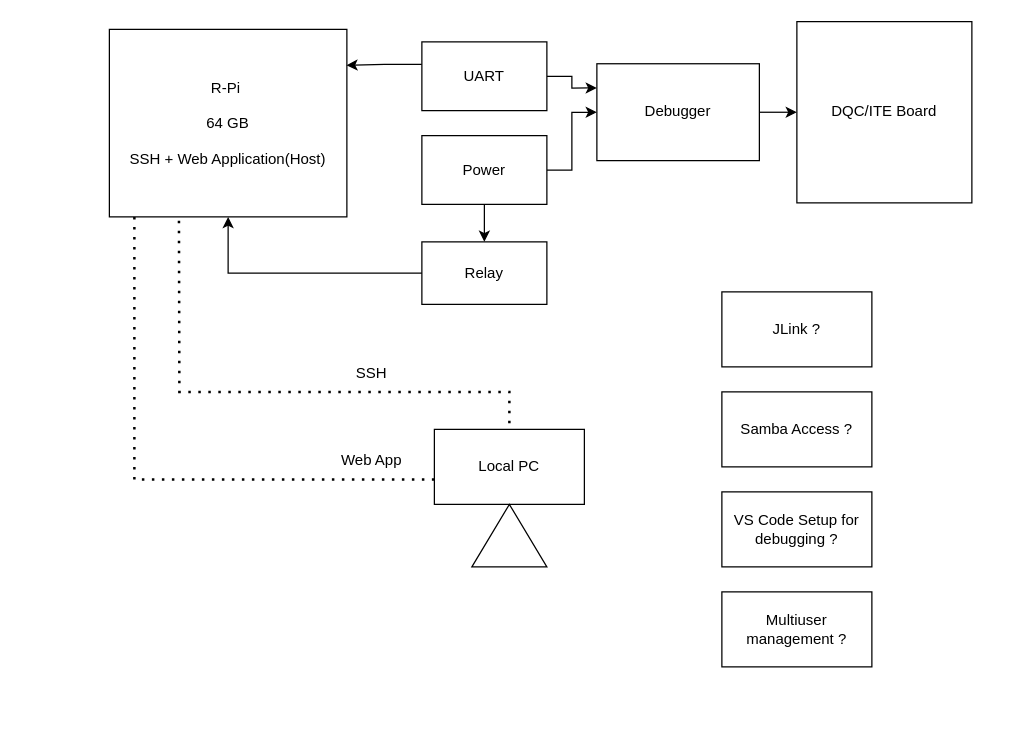
Earlier version of the draw.io diagram remote_setup.drawio (nishitp007/temp). Source tidied: cells renumbered, new cells numbered last; positions are measured from the earlier drawing's top-left corner, leaving out a move shared by most shapes. Both pictures are drawn from the tidied source at 125%, with x=0, y=0 at pixel (109, 21).
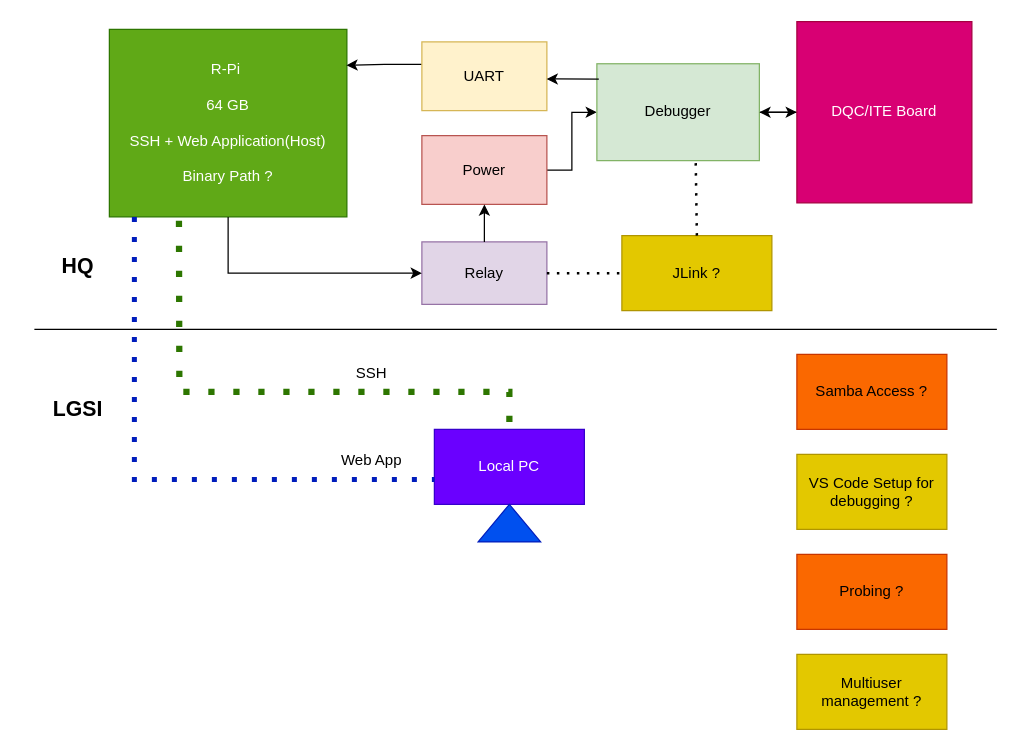
The same diagram, later.

Change to the diagram source:
```diff
@@
-    <mxCell id="2" value="Local PC" style="rounded=0;whiteSpace=wrap;html=1;" parent="1" vertex="1">
+    <mxCell id="2" value="Local PC" style="rounded=0;whiteSpace=wrap;html=1;fillColor=#6a00ff;strokeColor=#3700CC;fontColor=#ffffff;" parent="1" vertex="1">
       <mxGeometry x="260" y="326" width="120" height="60" as="geometry" />
     </mxCell>
-    <mxCell id="3" style="triangle;whiteSpace=wrap;html=1;direction=north;" parent="1" vertex="1">
-      <mxGeometry x="290" y="386" width="60" height="50" as="geometry" />
+    <mxCell id="3" style="triangle;whiteSpace=wrap;html=1;direction=north;fillColor=#0050ef;strokeColor=#001DBC;fontColor=#ffffff;" parent="1" vertex="1">
+      <mxGeometry x="295" y="386" width="50" height="30" as="geometry" />
     </mxCell>
-    <mxCell id="4" value="R-Pi&amp;nbsp;&lt;br&gt;&lt;br&gt;64 GB&lt;br&gt;&lt;br&gt;SSH + Web Application(Host)" style="rounded=0;whiteSpace=wrap;html=1;" parent="1" vertex="1">
+    <mxCell id="4" value="R-Pi&amp;nbsp;&lt;br&gt;&lt;br&gt;64 GB&lt;br&gt;&lt;br&gt;SSH + Web Application(Host)&lt;br&gt;&lt;br&gt;Binary Path ?" style="rounded=0;whiteSpace=wrap;html=1;fillColor=#60a917;strokeColor=#2D7600;fontColor=#ffffff;" parent="1" vertex="1">
       <mxGeometry y="6" width="190" height="150" as="geometry" />
     </mxCell>
@@
-    <mxCell id="6" style="edgeStyle=orthogonalEdgeStyle;rounded=0;jettySize=auto;html=1;entryX=0;entryY=0.25;entryDx=0;entryDy=0;" parent="1" edge="1" source="7" target="12">
-      <mxGeometry relative="1" as="geometry" />
-    </mxCell>
-    <mxCell id="7" value="UART" style="rounded=0;whiteSpace=wrap;html=1;" parent="1" vertex="1">
+    <mxCell id="7" value="UART" style="rounded=0;whiteSpace=wrap;html=1;fillColor=#fff2cc;strokeColor=#d6b656;" parent="1" vertex="1">
       <mxGeometry x="250" y="16" width="100" height="55" as="geometry" />
     </mxCell>
@@
-    <mxCell id="9" style="edgeStyle=orthogonalEdgeStyle;rounded=0;jettySize=auto;html=1;" parent="1" edge="1" source="10" target="14">
-      <mxGeometry relative="1" as="geometry" />
-    </mxCell>
-    <mxCell id="10" value="Power" style="rounded=0;whiteSpace=wrap;html=1;" parent="1" vertex="1">
+    <mxCell id="10" value="Power" style="rounded=0;whiteSpace=wrap;html=1;fillColor=#f8cecc;strokeColor=#b85450;" parent="1" vertex="1">
       <mxGeometry x="250" y="91" width="100" height="55" as="geometry" />
     </mxCell>
@@
-    <mxCell id="12" value="Debugger" style="rounded=0;whiteSpace=wrap;html=1;" parent="1" vertex="1">
+    <mxCell id="12" value="Debugger" style="rounded=0;whiteSpace=wrap;html=1;fillColor=#d5e8d4;strokeColor=#82b366;" parent="1" vertex="1">
       <mxGeometry x="390" y="33.5" width="130" height="77.5" as="geometry" />
     </mxCell>
+    <mxCell id="24" style="edgeStyle=orthogonalEdgeStyle;rounded=0;jettySize=auto;html=1;" parent="1" edge="1" source="13" target="12">
+      <mxGeometry relative="1" as="geometry" />
+    </mxCell>
-    <mxCell id="13" value="DQC/ITE Board" style="rounded=0;whiteSpace=wrap;html=1;" parent="1" vertex="1">
+    <mxCell id="13" value="DQC/ITE Board" style="rounded=0;whiteSpace=wrap;html=1;fillColor=#d80073;fontColor=#ffffff;strokeColor=#A50040;" parent="1" vertex="1">
       <mxGeometry x="550" y="-0.2" width="140" height="145" as="geometry" />
     </mxCell>
-    <mxCell id="14" value="Relay" style="rounded=0;whiteSpace=wrap;html=1;" parent="1" vertex="1">
+    <mxCell id="14" value="Relay" style="rounded=0;whiteSpace=wrap;html=1;fillColor=#e1d5e7;strokeColor=#9673a6;" parent="1" vertex="1">
       <mxGeometry x="250" y="176" width="100" height="50" as="geometry" />
     </mxCell>
-    <mxCell id="15" style="endArrow=classic;html=1;rounded=0;exitX=0;exitY=0.5;exitDx=0;exitDy=0;entryX=0.5;entryY=1;entryDx=0;entryDy=0;" parent="1" edge="1" source="14" target="4">
-      <mxGeometry relative="1" as="geometry">
-        <Array as="points">
-          <mxPoint x="95" y="201" />
-        </Array>
-      </mxGeometry>
-    </mxCell>
-    <mxCell id="16" style="endArrow=none;dashed=1;html=1;dashPattern=1 3;strokeWidth=2;rounded=0;exitX=0.293;exitY=1.021;exitDx=0;exitDy=0;exitPerimeter=0;entryX=0.5;entryY=0;entryDx=0;entryDy=0;" parent="1" edge="1" source="4" target="2">
+    <mxCell id="16" style="endArrow=none;dashed=1;html=1;dashPattern=1 3;strokeWidth=5;rounded=0;exitX=0.293;exitY=1.021;exitDx=0;exitDy=0;exitPerimeter=0;entryX=0.5;entryY=0;entryDx=0;entryDy=0;fillColor=#60a917;strokeColor=#2D7600;" parent="1" edge="1" source="4" target="2">
       <mxGeometry relative="1" as="geometry">
         <Array as="points">
           <mxPoint x="56" y="296" />
           <mxPoint x="320" y="296" />
         </Array>
       </mxGeometry>
     </mxCell>
-    <mxCell id="17" style="endArrow=none;dashed=1;html=1;dashPattern=1 3;strokeWidth=2;rounded=0;exitX=0.293;exitY=1.021;exitDx=0;exitDy=0;exitPerimeter=0;" parent="1" edge="1">
+    <mxCell id="17" style="endArrow=none;dashed=1;html=1;dashPattern=1 3;strokeWidth=4;rounded=0;exitX=0.293;exitY=1.021;exitDx=0;exitDy=0;exitPerimeter=0;fillColor=#0050ef;strokeColor=#001DBC;" parent="1" edge="1">
       <mxGeometry relative="1" as="geometry">
         <mxPoint x="20" y="156" as="sourcePoint" />
         <mxPoint x="260" y="366" as="targetPoint" />
         <Array as="points">
           <mxPoint x="20" y="293" />
           <mxPoint x="20" y="366" />
           <mxPoint x="260" y="366" />
         </Array>
       </mxGeometry>
     </mxCell>
@@
-    <mxCell id="20" value="JLink ?" style="rounded=0;whiteSpace=wrap;html=1;" parent="1" vertex="1">
-      <mxGeometry x="490" y="216" width="120" height="60" as="geometry" />
+    <mxCell id="20" value="JLink ?" style="rounded=0;whiteSpace=wrap;html=1;fillColor=#e3c800;strokeColor=#B09500;fontColor=#000000;" parent="1" vertex="1">
+      <mxGeometry x="410" y="171" width="120" height="60" as="geometry" />
     </mxCell>
-    <mxCell id="21" value="Samba Access ?" style="rounded=0;whiteSpace=wrap;html=1;" parent="1" vertex="1">
-      <mxGeometry x="490" y="296" width="120" height="60" as="geometry" />
+    <mxCell id="21" value="Samba Access ?" style="rounded=0;whiteSpace=wrap;html=1;fillColor=#fa6800;fontColor=#000000;strokeColor=#C73500;" parent="1" vertex="1">
+      <mxGeometry x="550" y="266" width="120" height="60" as="geometry" />
     </mxCell>
-    <mxCell id="22" value="VS Code Setup for debugging ?" style="rounded=0;whiteSpace=wrap;html=1;" parent="1" vertex="1">
-      <mxGeometry x="490" y="376" width="120" height="60" as="geometry" />
+    <mxCell id="22" value="VS Code Setup for debugging ?" style="rounded=0;whiteSpace=wrap;html=1;fillColor=#e3c800;fontColor=#000000;strokeColor=#B09500;" parent="1" vertex="1">
+      <mxGeometry x="550" y="346" width="120" height="60" as="geometry" />
     </mxCell>
-    <mxCell id="23" value="Multiuser management ?" style="rounded=0;whiteSpace=wrap;html=1;" parent="1" vertex="1">
-      <mxGeometry x="490" y="456" width="120" height="60" as="geometry" />
+    <mxCell id="23" value="Multiuser management ?" style="rounded=0;whiteSpace=wrap;html=1;fillColor=#e3c800;fontColor=#000000;strokeColor=#B09500;" parent="1" vertex="1">
+      <mxGeometry x="550" y="506" width="120" height="60" as="geometry" />
     </mxCell>
+    <mxCell id="25" value="Probing ?" style="rounded=0;whiteSpace=wrap;html=1;fillColor=#fa6800;fontColor=#000000;strokeColor=#C73500;" parent="1" vertex="1">
+      <mxGeometry x="550" y="426" width="120" height="60" as="geometry" />
+    </mxCell>
+    <mxCell id="26" style="endArrow=classic;html=1;rounded=0;exitX=0.5;exitY=1;exitDx=0;exitDy=0;entryX=0;entryY=0.5;entryDx=0;entryDy=0;" parent="1" edge="1" source="4" target="14">
+      <mxGeometry relative="1" as="geometry">
+        <Array as="points">
+          <mxPoint x="95" y="201" />
+        </Array>
+      </mxGeometry>
+    </mxCell>
+    <mxCell id="27" style="endArrow=classic;html=1;rounded=0;exitX=0.5;exitY=0;exitDx=0;exitDy=0;entryX=0.5;entryY=1;entryDx=0;entryDy=0;" parent="1" edge="1" source="14" target="10">
+      <mxGeometry relative="1" as="geometry" />
+    </mxCell>
+    <mxCell id="28" style="endArrow=classic;html=1;rounded=0;exitX=0.012;exitY=0.158;exitDx=0;exitDy=0;exitPerimeter=0;entryX=0.998;entryY=0.539;entryDx=0;entryDy=0;entryPerimeter=0;" parent="1" edge="1" source="12" target="7">
+      <mxGeometry relative="1" as="geometry" />
+    </mxCell>
+    <mxCell id="29" style="endArrow=none;dashed=1;html=1;dashPattern=1 3;strokeWidth=2;rounded=0;exitX=1;exitY=0.5;exitDx=0;exitDy=0;entryX=0;entryY=0.5;entryDx=0;entryDy=0;" parent="1" edge="1" source="14" target="20">
+      <mxGeometry relative="1" as="geometry" />
+    </mxCell>
+    <mxCell id="30" style="endArrow=none;dashed=1;html=1;dashPattern=1 3;strokeWidth=2;rounded=0;exitX=0.5;exitY=0;exitDx=0;exitDy=0;entryX=0.608;entryY=0.982;entryDx=0;entryDy=0;entryPerimeter=0;" parent="1" edge="1" source="20" target="12">
+      <mxGeometry relative="1" as="geometry" />
+    </mxCell>
+    <mxCell id="31" style="endArrow=none;html=1;rounded=0;" parent="1" edge="1">
+      <mxGeometry relative="1" as="geometry">
+        <mxPoint x="-60" y="246" as="sourcePoint" />
+        <mxPoint x="710" y="246" as="targetPoint" />
+      </mxGeometry>
+    </mxCell>
+    <mxCell id="32" value="&lt;b&gt;&lt;font style=&quot;font-size: 17px;&quot;&gt;LGSI&lt;/font&gt;&lt;/b&gt;" style="text;html=1;align=center;verticalAlign=middle;whiteSpace=wrap;rounded=0;strokeWidth=9;" parent="1" vertex="1">
+      <mxGeometry x="-70" y="286" width="90" height="50" as="geometry" />
+    </mxCell>
+    <mxCell id="33" value="&lt;span style=&quot;font-size: 17px;&quot;&gt;&lt;b&gt;HQ&lt;/b&gt;&lt;/span&gt;" style="text;html=1;align=center;verticalAlign=middle;whiteSpace=wrap;rounded=0;strokeWidth=9;" parent="1" vertex="1">
+      <mxGeometry x="-70" y="171" width="90" height="50" as="geometry" />
+    </mxCell>
```
